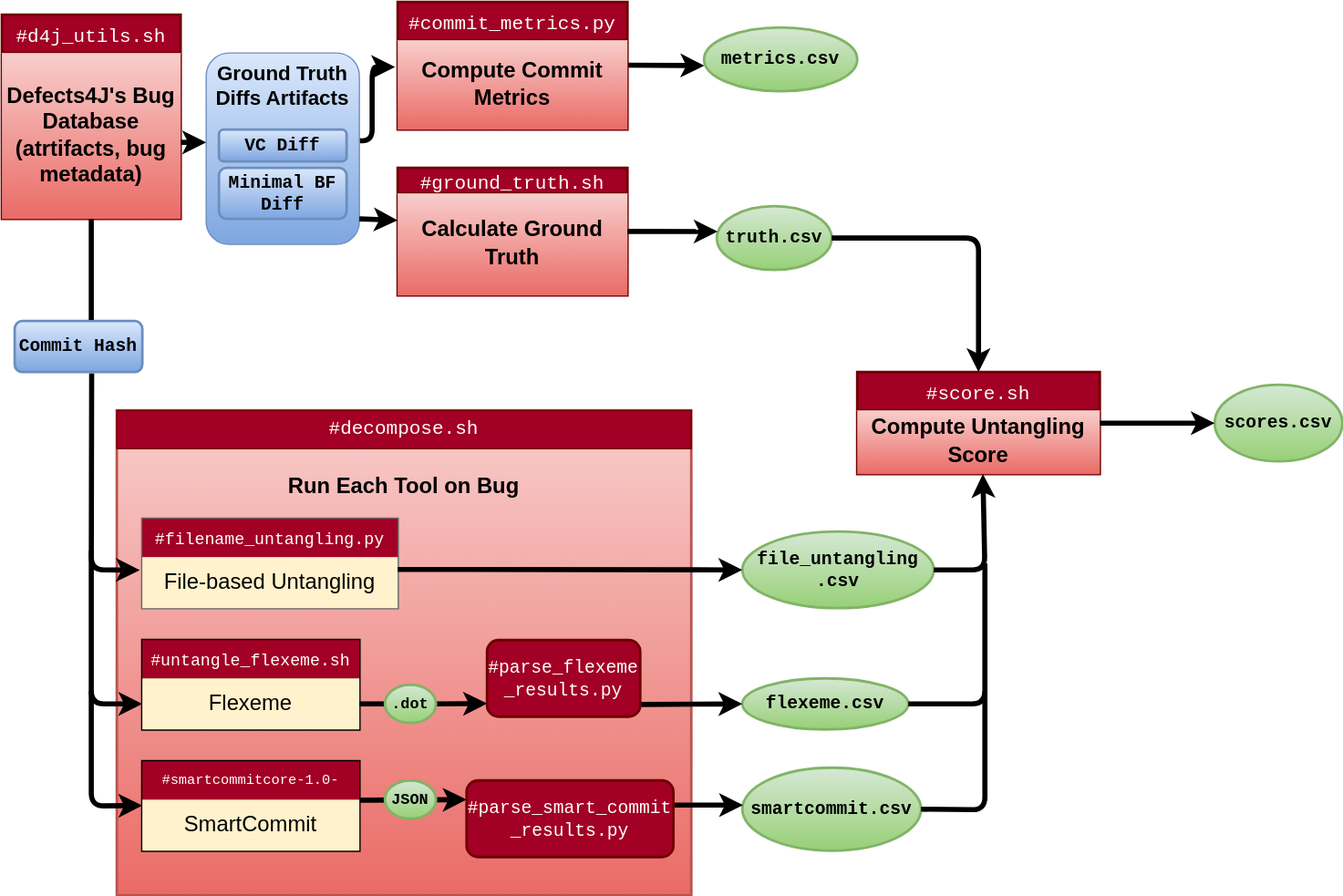
This is diagrams/pipeline.drawio.svg from Thomsch/untangling-tools-benchmark, a draw.io export, as it was before one commit. Source tidied: cells renumbered, new cells last; positions are measured from the earlier drawing's top-left corner, leaving out a move shared by most shapes.
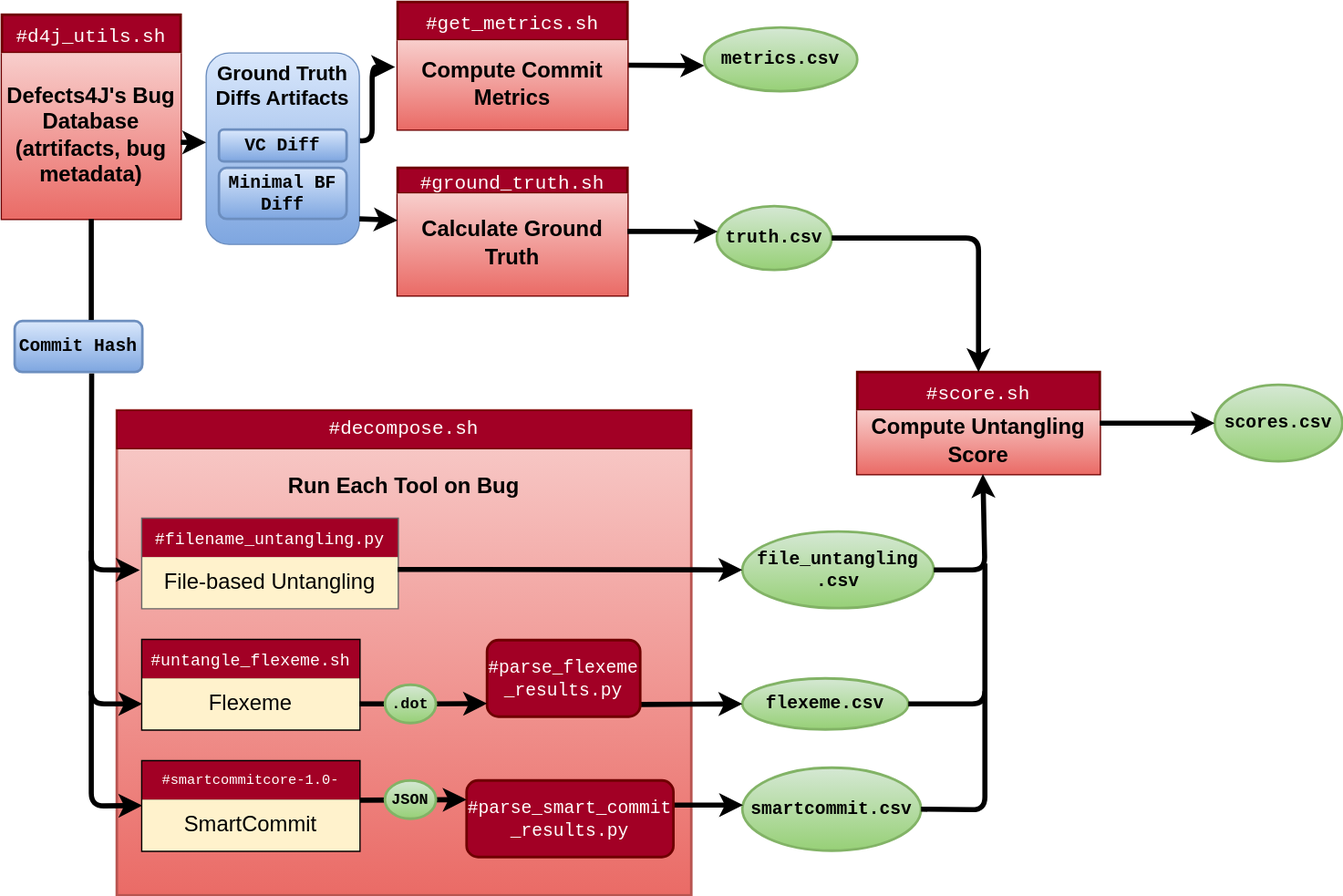
Later version of the same file.

Commit message:
Changed scripts name in pipeline

Diff of the diagram source:
```diff
@@ -34,7 +34,7 @@
     <mxCell id="10" value="&lt;font color=&quot;#000000&quot; face=&quot;Helvetica&quot;&gt;&lt;b&gt;Calculate Ground Truth&lt;/b&gt;&lt;/font&gt;" style="shape=partialRectangle;html=1;whiteSpace=wrap;overflow=hidden;fillColor=#f8cecc;top=0;left=0;bottom=0;right=0;strokeWidth=2;fontFamily=Courier New;fontSize=17;strokeColor=#b85450;gradientColor=#ea6b66;" parent="9" vertex="1">
       <mxGeometry width="180" height="80" as="geometry" />
     </mxCell>
-    <mxCell id="11" value="#commit_metrics.py" style="shape=table;startSize=30;strokeWidth=2;fontFamily=Courier New;fontSize=15;fillColor=#a20025;fontColor=#ffffff;strokeColor=#6F0000;" parent="1" vertex="1">
+    <mxCell id="11" value="#get_metrics.sh" style="shape=table;startSize=30;strokeWidth=2;fontFamily=Courier New;fontSize=15;fillColor=#a20025;fontColor=#ffffff;strokeColor=#6F0000;" parent="1" vertex="1">
       <mxGeometry x="310" width="180" height="100" as="geometry" />
     </mxCell>
     <mxCell id="12" style="shape=tableRow;horizontal=0;startSize=0;swimlaneHead=0;swimlaneBody=0;top=0;left=0;bottom=0;right=0;fillColor=none;points=[[0,0.5],[1,0.5]];portConstraint=eastwest;strokeWidth=2;fontFamily=Helvetica;fontSize=15;" parent="11" vertex="1">
```
